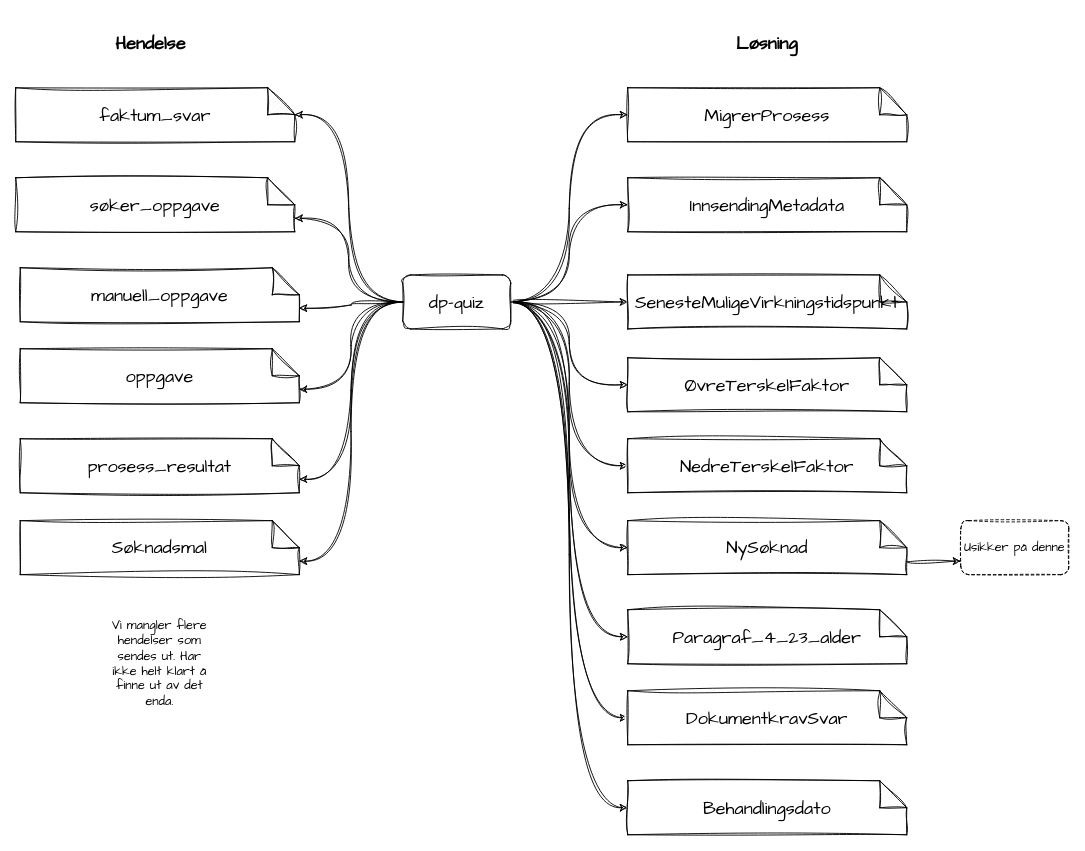
This is docs/innbyggerflate/losninger/soknad/dp-quiz-publiserer-hendelser.drawio from navikt/dp-dokumentasjon, a draw.io file, before an edit. Source tidied: cells renumbered, new cells numbered last; positions are measured from the earlier drawing's top-left corner, leaving out a move shared by most shapes. Both pictures are drawn from the tidied source at 90%, with x=0, y=0 at pixel (15, 15).
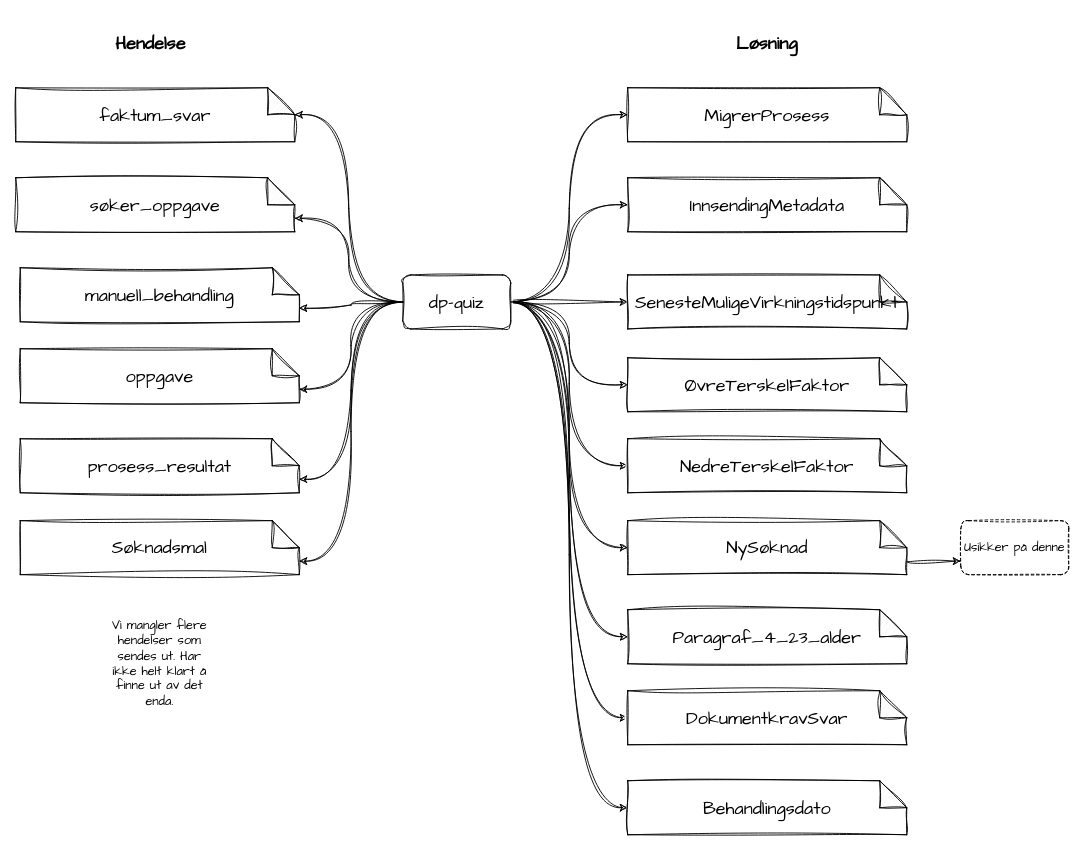
After the change.

Commit message:
En til skriveleif

Change to the diagram source:
```diff
@@
-    <mxCell id="24" value="manuell_oppgave" style="shape=note;whiteSpace=wrap;html=1;backgroundOutline=1;darkOpacity=0.05;sketch=1;hachureGap=4;jiggle=2;curveFitting=1;fontFamily=Architects Daughter;fontSize=20;" parent="1" vertex="1">
+    <mxCell id="24" value="manuell_behandling" style="shape=note;whiteSpace=wrap;html=1;backgroundOutline=1;darkOpacity=0.05;sketch=1;hachureGap=4;jiggle=2;curveFitting=1;fontFamily=Architects Daughter;fontSize=20;" parent="1" vertex="1">
       <mxGeometry x="5" y="280" width="310" height="60" as="geometry" />
     </mxCell>
```
